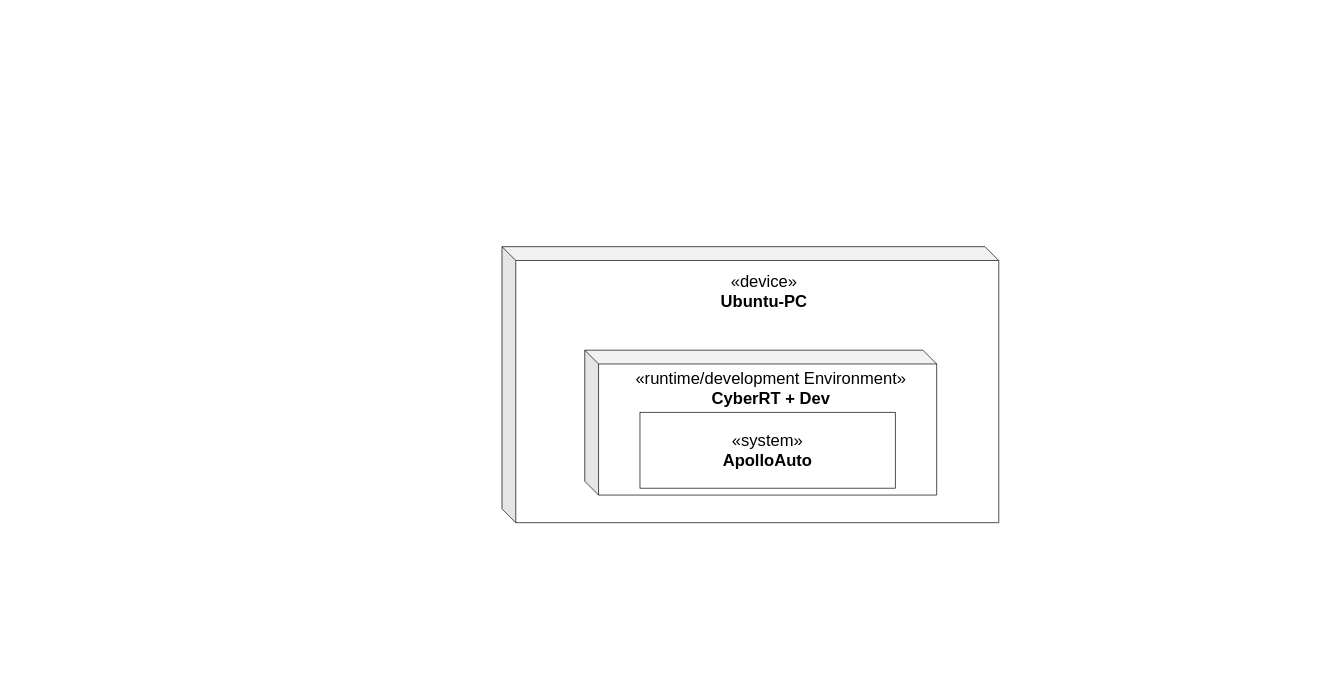
Apollak11/arc42-asciidoc-apolloauto-SSIM keeps this draw.io diagram as images/VerteilungssichtInfrastruktur.drawio. Above is the earlier version. Source tidied: cells renumbered, new cells numbered last; positions are measured from the earlier drawing's top-left corner, leaving out a move shared by most shapes. Both pictures are drawn from the tidied source at 69%, with x=0, y=0 at pixel (502, 246).
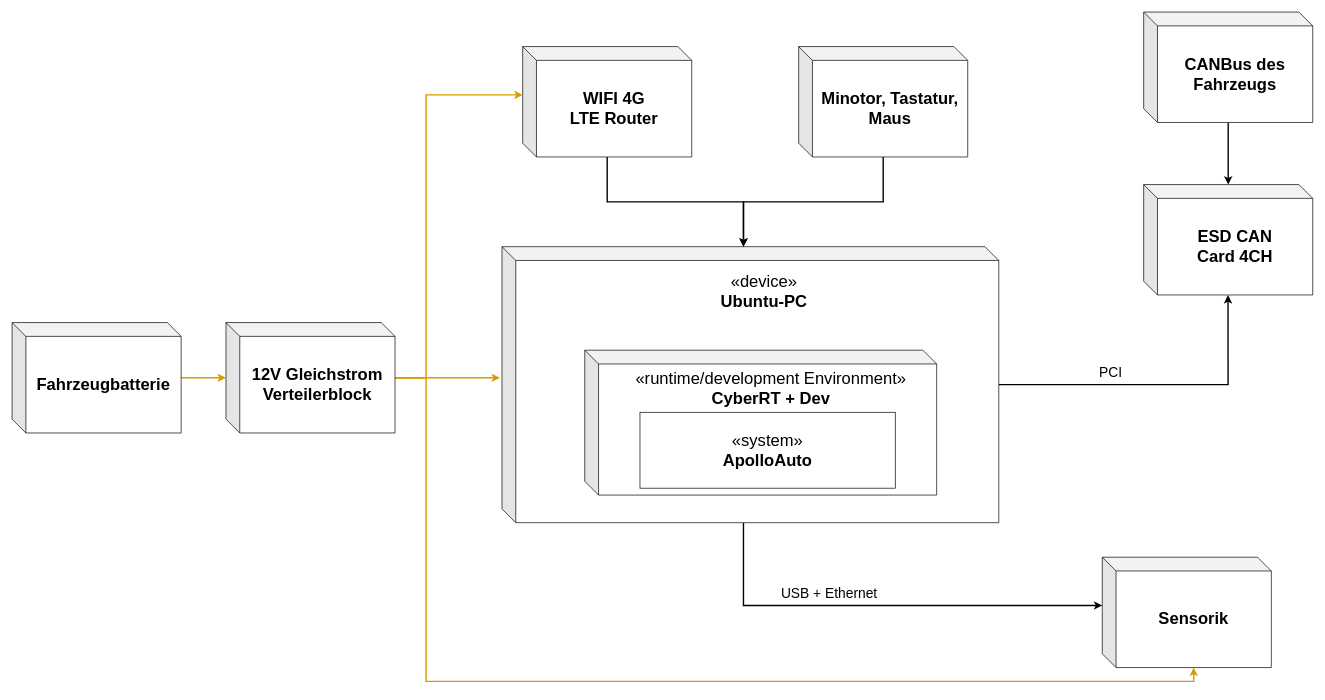
After the change.

Unchanged cells that the change refers to:
```xml
<mxCell id="2" style="shape=cube;whiteSpace=wrap;html=1;boundedLbl=1;backgroundOutline=1;darkOpacity=0.05;darkOpacity2=0.1;" parent="1" vertex="1">
  <mxGeometry width="720" height="400" as="geometry" />
</mxCell>
```

What changed in the source:
```diff
@@
+    <mxCell id="7" style="edgeStyle=orthogonalEdgeStyle;rounded=0;jettySize=auto;html=1;entryX=0.499;entryY=1.001;entryDx=0;entryDy=0;entryPerimeter=0;strokeWidth=2;" parent="1" edge="1" source="2" target="15">
+      <mxGeometry relative="1" as="geometry" />
+    </mxCell>
+    <mxCell id="8" value="&lt;font style=&quot;font-size: 20px&quot;&gt;PCI&lt;/font&gt;" style="edgeLabel;html=1;align=center;verticalAlign=middle;" parent="7" vertex="1">
+      <mxGeometry x="-0.14" y="-5" relative="1" as="geometry">
+        <mxPoint x="-38" y="-25" as="offset" />
+      </mxGeometry>
+    </mxCell>
+    <mxCell id="9" style="edgeStyle=orthogonalEdgeStyle;rounded=0;jettySize=auto;html=1;entryX=0;entryY=0;entryDx=0;entryDy=70;entryPerimeter=0;strokeWidth=2;" parent="1" edge="1" source="2" target="18">
+      <mxGeometry relative="1" as="geometry">
+        <Array as="points">
+          <mxPoint x="350" y="520" />
+        </Array>
+      </mxGeometry>
+    </mxCell>
+    <mxCell id="10" value="&lt;font style=&quot;font-size: 20px&quot;&gt;USB + Ethernet&lt;br&gt;&lt;/font&gt;" style="edgeLabel;html=1;align=center;verticalAlign=middle;" parent="9" vertex="1">
+      <mxGeometry x="-0.24" y="-2" relative="1" as="geometry">
+        <mxPoint y="-22" as="offset" />
+      </mxGeometry>
+    </mxCell>
@@
+    <mxCell id="11" style="edgeStyle=orthogonalEdgeStyle;rounded=0;jettySize=auto;html=1;entryX=0;entryY=0;entryDx=350;entryDy=0;entryPerimeter=0;strokeWidth=2;" parent="1" edge="1" source="12" target="2">
+      <mxGeometry relative="1" as="geometry" />
+    </mxCell>
+    <mxCell id="12" value="&lt;div style=&quot;font-size: 24px&quot;&gt;&lt;b&gt;&lt;font style=&quot;font-size: 24px&quot;&gt;WIFI 4G&lt;/font&gt;&lt;/b&gt;&lt;/div&gt;&lt;div style=&quot;font-size: 24px&quot;&gt;&lt;b&gt;&lt;font style=&quot;font-size: 24px&quot;&gt;LTE Router&lt;br&gt;&lt;/font&gt;&lt;/b&gt;&lt;/div&gt;" style="shape=cube;whiteSpace=wrap;html=1;boundedLbl=1;backgroundOutline=1;darkOpacity=0.05;darkOpacity2=0.1;" parent="1" vertex="1">
+      <mxGeometry x="30" y="-290" width="245" height="160" as="geometry" />
+    </mxCell>
+    <mxCell id="13" style="edgeStyle=orthogonalEdgeStyle;rounded=0;jettySize=auto;html=1;entryX=0;entryY=0;entryDx=350;entryDy=0;entryPerimeter=0;strokeWidth=2;" parent="1" edge="1" source="14" target="2">
+      <mxGeometry relative="1" as="geometry" />
+    </mxCell>
+    <mxCell id="14" value="&lt;b&gt;&lt;font style=&quot;font-size: 24px&quot;&gt;Minotor, Tastatur, Maus&lt;br&gt;&lt;/font&gt;&lt;/b&gt;" style="shape=cube;whiteSpace=wrap;html=1;boundedLbl=1;backgroundOutline=1;darkOpacity=0.05;darkOpacity2=0.1;" parent="1" vertex="1">
+      <mxGeometry x="430" y="-290" width="245" height="160" as="geometry" />
+    </mxCell>
+    <mxCell id="15" value="&lt;div style=&quot;font-size: 24px&quot;&gt;&lt;b&gt;&lt;font style=&quot;font-size: 24px&quot;&gt;ESD CAN&lt;/font&gt;&lt;/b&gt;&lt;/div&gt;&lt;div style=&quot;font-size: 24px&quot;&gt;&lt;b&gt;&lt;font style=&quot;font-size: 24px&quot;&gt;Card 4CH&lt;br&gt;&lt;/font&gt;&lt;/b&gt;&lt;/div&gt;" style="shape=cube;whiteSpace=wrap;html=1;boundedLbl=1;backgroundOutline=1;darkOpacity=0.05;darkOpacity2=0.1;" parent="1" vertex="1">
+      <mxGeometry x="930" y="-90" width="245" height="160" as="geometry" />
+    </mxCell>
+    <mxCell id="16" style="edgeStyle=orthogonalEdgeStyle;rounded=0;jettySize=auto;html=1;strokeWidth=2;" parent="1" edge="1" source="17" target="15">
+      <mxGeometry relative="1" as="geometry" />
+    </mxCell>
+    <mxCell id="17" value="&lt;font style=&quot;font-size: 24px&quot;&gt;&lt;b&gt;CANBus des Fahrzeugs&lt;br&gt;&lt;/b&gt;&lt;/font&gt;" style="shape=cube;whiteSpace=wrap;html=1;boundedLbl=1;backgroundOutline=1;darkOpacity=0.05;darkOpacity2=0.1;" parent="1" vertex="1">
+      <mxGeometry x="930" y="-340" width="245" height="160" as="geometry" />
+    </mxCell>
+    <mxCell id="18" value="&lt;b&gt;&lt;font style=&quot;font-size: 24px&quot;&gt;Sensorik&lt;/font&gt;&lt;/b&gt;" style="shape=cube;whiteSpace=wrap;html=1;boundedLbl=1;backgroundOutline=1;darkOpacity=0.05;darkOpacity2=0.1;" parent="1" vertex="1">
+      <mxGeometry x="870" y="450" width="245" height="160" as="geometry" />
+    </mxCell>
+    <mxCell id="19" style="edgeStyle=orthogonalEdgeStyle;rounded=0;jettySize=auto;html=1;strokeWidth=2;fillColor=#ffe6cc;strokeColor=#d79b00;" parent="1" edge="1" source="22">
+      <mxGeometry relative="1" as="geometry">
+        <mxPoint x="-3" y="190" as="targetPoint" />
+      </mxGeometry>
+    </mxCell>
+    <mxCell id="20" style="edgeStyle=orthogonalEdgeStyle;rounded=0;jettySize=auto;html=1;entryX=0;entryY=0;entryDx=0;entryDy=70;entryPerimeter=0;strokeWidth=2;fillColor=#ffe6cc;strokeColor=#d79b00;" parent="1" edge="1" source="22" target="12">
+      <mxGeometry relative="1" as="geometry">
+        <Array as="points">
+          <mxPoint x="-110" y="190" />
+          <mxPoint x="-110" y="-220" />
+        </Array>
+      </mxGeometry>
+    </mxCell>
+    <mxCell id="21" style="edgeStyle=orthogonalEdgeStyle;rounded=0;jettySize=auto;html=1;entryX=0;entryY=0;entryDx=132.5;entryDy=160;entryPerimeter=0;strokeWidth=2;fillColor=#ffe6cc;strokeColor=#d79b00;" parent="1" edge="1" source="22" target="18">
+      <mxGeometry relative="1" as="geometry">
+        <Array as="points">
+          <mxPoint x="-110" y="190" />
+          <mxPoint x="-110" y="630" />
+          <mxPoint x="1002" y="630" />
+        </Array>
+      </mxGeometry>
+    </mxCell>
+    <mxCell id="22" value="&lt;b&gt;&lt;font style=&quot;font-size: 24px&quot;&gt;12V Gleichstrom Verteilerblock&lt;br&gt;&lt;/font&gt;&lt;/b&gt;" style="shape=cube;whiteSpace=wrap;html=1;boundedLbl=1;backgroundOutline=1;darkOpacity=0.05;darkOpacity2=0.1;" parent="1" vertex="1">
+      <mxGeometry x="-400" y="110" width="245" height="160" as="geometry" />
+    </mxCell>
+    <mxCell id="23" style="edgeStyle=orthogonalEdgeStyle;rounded=0;jettySize=auto;html=1;strokeWidth=2;fillColor=#ffe6cc;strokeColor=#d79b00;" parent="1" edge="1" source="24" target="22">
+      <mxGeometry relative="1" as="geometry" />
+    </mxCell>
+    <mxCell id="24" value="&lt;b&gt;&lt;font style=&quot;font-size: 24px&quot;&gt;Fahrzeugbatterie&lt;/font&gt;&lt;/b&gt;" style="shape=cube;whiteSpace=wrap;html=1;boundedLbl=1;backgroundOutline=1;darkOpacity=0.05;darkOpacity2=0.1;" parent="1" vertex="1">
+      <mxGeometry x="-710" y="110" width="245" height="160" as="geometry" />
+    </mxCell>
```
